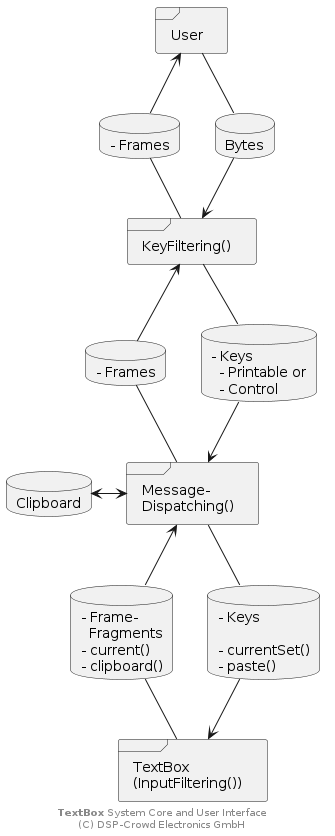
Before: doc/system/TextBox.png, a diagram exported from PlantUML (NoOrientationProgramming/ProcessingCommon).
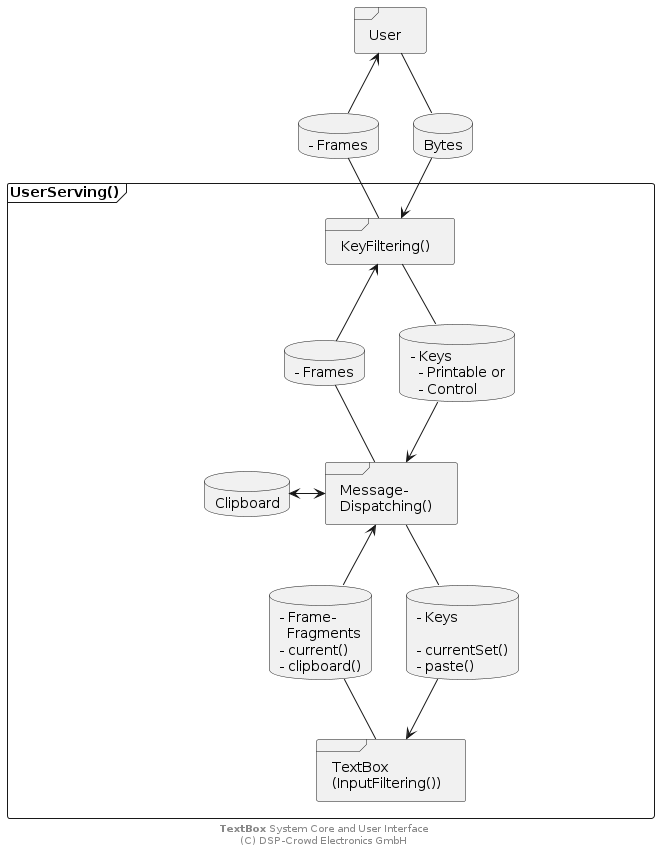
After the change.

Diff of the diagram source:
```diff
@@ -1,22 +1,35 @@
 @startuml
 
 skinparam backgroundColor #ffffff
+skinparam {
+	rectangle {
+		BackgroundColor White
+		BorderColor White
+		FontColor White
+	}
+}
 
 frame "User" as pUser
-frame "KeyFiltering()" as pTn
-frame "Message-\nDispatching()" as pCore
-frame "TextBox\n(InputFiltering())" as pTxt
 
 database "- Frames" as sTnToUser
 database "Bytes" as sUserToTn
 
-database "- Frames" as sCoreToTn
-database "- Keys\n  - Printable or\n  - Control" as sTnToCore
+frame "UserServing()" as pSrv {
 
-database "Clipboard" as sMsgClipboard
+	frame "KeyFiltering()" as pTn
+	frame "Message-\nDispatching()" as pCore
+	frame "TextBox\n(InputFiltering())" as pTxt
 
-database "- Frame-\n  Fragments\n- current()\n- clipboard()" as sTxtToCore
-database "- Keys\n\n- currentSet()\n- paste()" as sCoreToTxt
+	database "- Frames" as sCoreToTn
+	database "- Keys\n  - Printable or\n  - Control" as sTnToCore
+
+	database "Clipboard" as sMsgClipboard
+	rectangle "xxxxxxxxxxxxxxxxxx" as sDummy1
+	rectangle "xxxxxxxxxxxxxxxxxx" as sDummy2
+
+	database "- Frame-\n  Fragments\n- current()\n- clipboard()" as sTxtToCore
+	database "- Keys\n\n- currentSet()\n- paste()" as sCoreToTxt
+}
 
 pUser -- sUserToTn
 sUserToTn --> pTn
@@ -28,7 +41,9 @@
 pTn <-- sCoreToTn
 sCoreToTn -- pCore
 
+sDummy1 -r[hidden]- sMsgClipboard
 sMsgClipboard <-> pCore
+pCore -r[hidden]- sDummy2
 
 pCore -- sCoreToTxt
 sCoreToTxt --> pTxt
```
